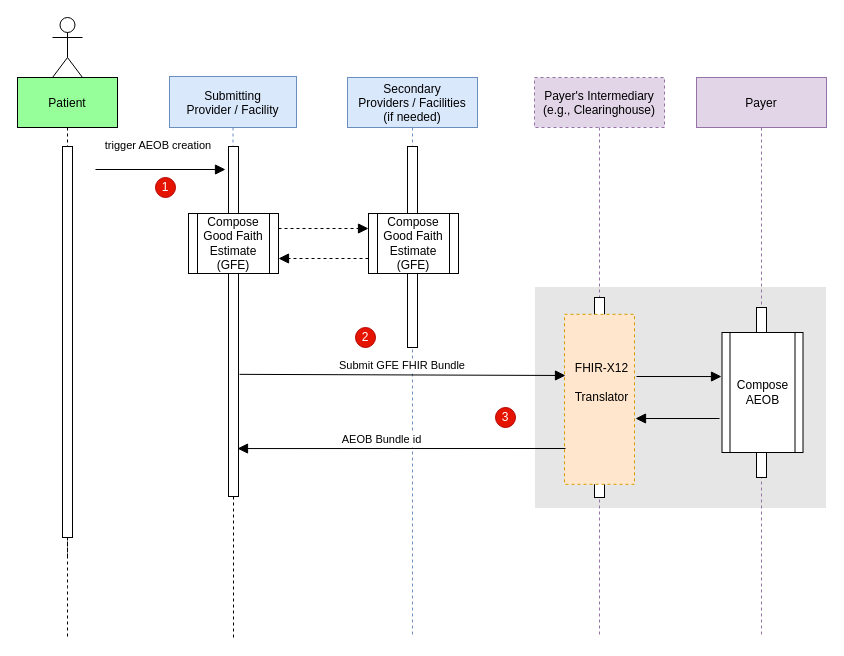
HL7/davinci-pct keeps this draw.io diagram as input/images/SubmitAEOB.drawio. Above is the earlier version. Source tidied: cells renumbered, new cells numbered last; positions are measured from the earlier drawing's top-left corner, leaving out a move shared by most shapes. Both pictures are drawn from the tidied source at 100%, with x=0, y=0 at pixel (17, 17).
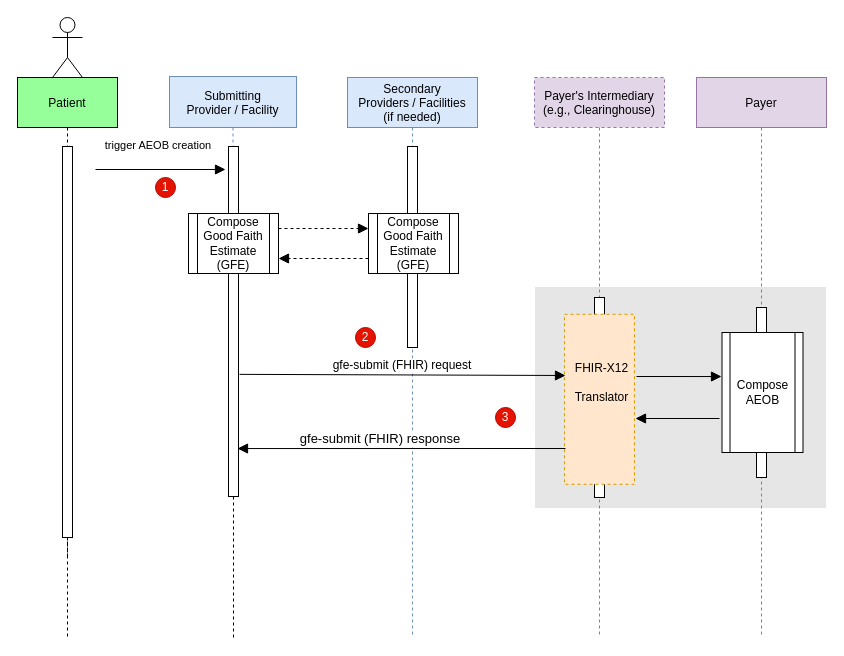
The same page after the edit.

Unchanged cells that the change refers to:
```xml
<mxCell id="5" style="points=[];perimeter=orthogonalPerimeter;rounded=0;shadow=0;strokeWidth=1;" parent="4" vertex="1">
  <mxGeometry x="59" y="70" width="10" height="350" as="geometry" />
</mxCell>
```

The edit, as a diff of the source:
```diff
@@
-    <mxCell id="27" value=" AEOB Bundle id" style="verticalAlign=bottom;endArrow=block;endSize=8;shadow=0;strokeWidth=1;endFill=1;entryX=0.9;entryY=0.863;entryDx=0;entryDy=0;entryPerimeter=0;" parent="1" edge="1" target="5">
+    <mxCell id="27" value="gfe-submit (FHIR) response" style="verticalAlign=bottom;endArrow=block;endSize=8;shadow=0;strokeWidth=1;endFill=1;entryX=0.9;entryY=0.863;entryDx=0;entryDy=0;entryPerimeter=0;fontSize=13;" parent="1" edge="1" target="5">
       <mxGeometry x="0.13" relative="1" as="geometry">
         <mxPoint x="548" y="431" as="sourcePoint" />
       </mxGeometry>
     </mxCell>
-    <mxCell id="28" value="Submit GFE FHIR Bundle" style="verticalAlign=bottom;endArrow=block;shadow=0;strokeWidth=1;endSize=8;exitX=1.1;exitY=0.651;exitDx=0;exitDy=0;exitPerimeter=0;" parent="1" edge="1" source="5">
+    <mxCell id="28" value="gfe-submit (FHIR) request" style="verticalAlign=bottom;endArrow=block;shadow=0;strokeWidth=1;endSize=8;exitX=1.1;exitY=0.651;exitDx=0;exitDy=0;exitPerimeter=0;fontSize=12;" parent="1" edge="1" source="5">
       <mxGeometry relative="1" as="geometry">
         <mxPoint x="548" y="358" as="targetPoint" />
       </mxGeometry>
     </mxCell>
```
